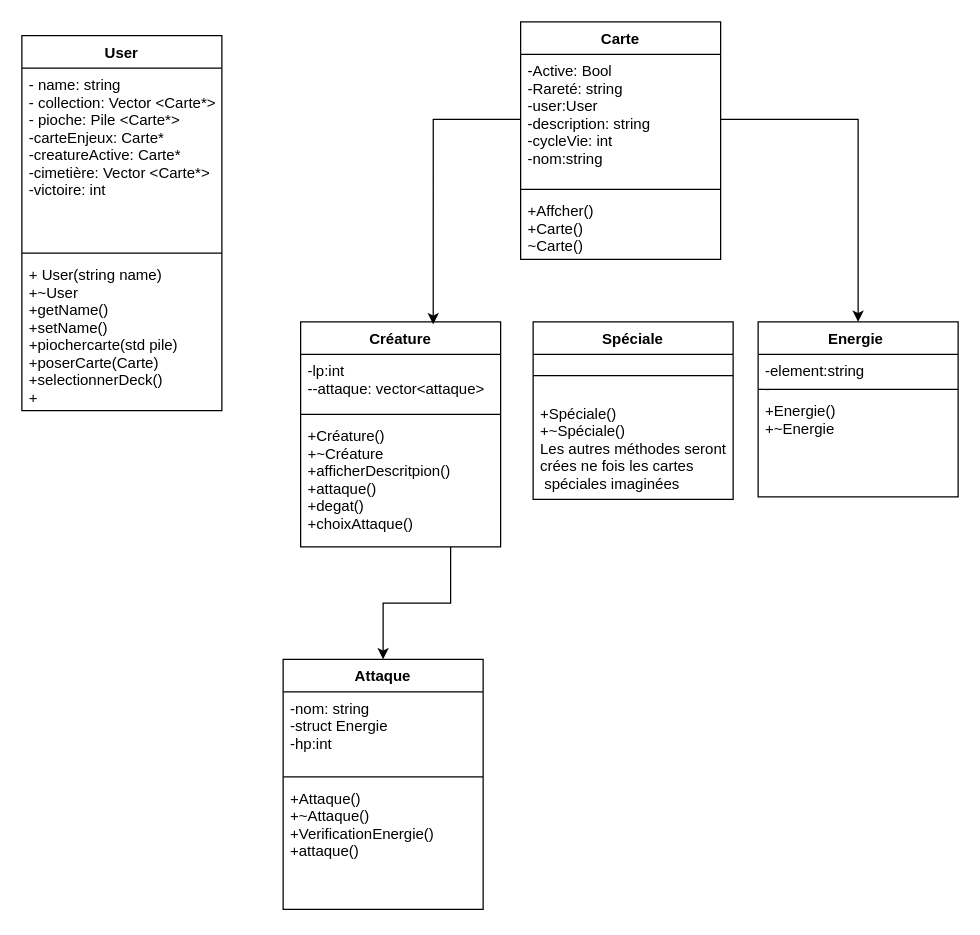
Before: Diagram.drawio in benjaminbaret/Ecemon, a draw.io diagram. Source tidied: cells renumbered, new cells numbered last; positions are measured from the earlier drawing's top-left corner, leaving out a move shared by most shapes. Both pictures are drawn from the tidied source at 125%, with x=0, y=0 at pixel (21, 21).
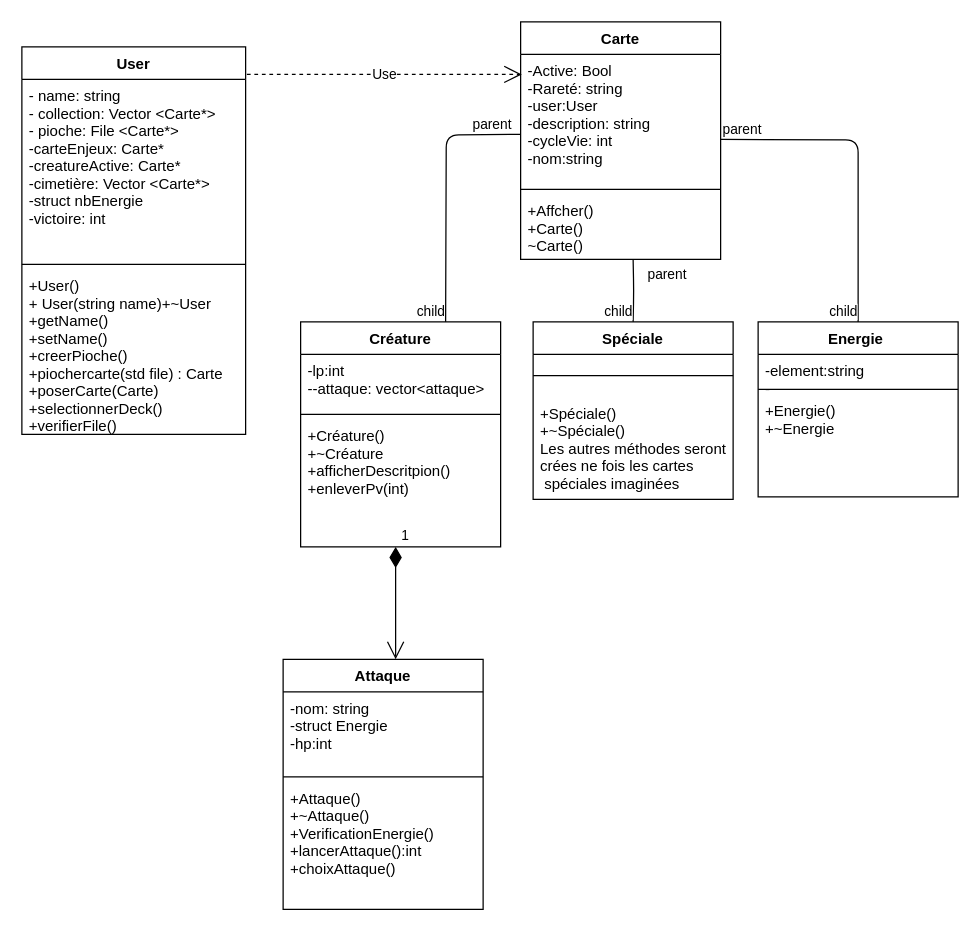
Above is the later version.

Unchanged cells that the change refers to:
```xml
<mxCell id="6" value="Carte" style="swimlane;fontStyle=1;align=center;verticalAlign=top;horizontal=1;startSize=26;" parent="1" vertex="1">
  <mxGeometry x="399" width="160" height="190" as="geometry" />
</mxCell>
<mxCell id="7" value="-Active: Bool&#10;-Rareté: string&#10;-user:User&#10;-description: string&#10;-cycleVie: int&#10;-nom:string" style="text;strokeColor=none;fillColor=none;align=left;verticalAlign=top;spacingLeft=4;spacingRight=4;overflow=hidden;points=[[0,0.5],[1,0.5]];portConstraint=eastwest;" parent="6" vertex="1">
  <mxGeometry y="26" width="160" height="104" as="geometry" />
</mxCell>
<mxCell id="10" value="Créature&#10;" style="swimlane;fontStyle=1;align=center;verticalAlign=top;horizontal=1;startSize=26;" parent="1" vertex="1">
  <mxGeometry x="223" y="240" width="160" height="180" as="geometry" />
</mxCell>
<mxCell id="14" value="Spéciale" style="swimlane;fontStyle=1;align=center;verticalAlign=top;horizontal=1;startSize=26;" parent="1" vertex="1">
  <mxGeometry x="409" y="240" width="160" height="142" as="geometry" />
</mxCell>
<mxCell id="17" value="Energie " style="swimlane;fontStyle=1;align=center;verticalAlign=top;horizontal=1;startSize=26;" parent="1" vertex="1">
  <mxGeometry x="589" y="240" width="160" height="140" as="geometry" />
</mxCell>
<mxCell id="21" value="Attaque" style="swimlane;fontStyle=1;align=center;verticalAlign=top;horizontal=1;startSize=26;" parent="1" vertex="1">
  <mxGeometry x="209" y="510" width="160" height="200" as="geometry" />
</mxCell>
```

Change to the diagram source:
```diff
@@
     <mxCell id="2" value="User" style="swimlane;fontStyle=1;align=center;verticalAlign=top;horizontal=1;startSize=26;" parent="1" vertex="1">
-      <mxGeometry y="11" width="160" height="300" as="geometry" />
+      <mxGeometry y="20" width="179" height="310" as="geometry" />
     </mxCell>
-    <mxCell id="3" value="- name: string &#10;- collection: Vector &lt;Carte*&gt;&#10;- pioche: Pile &lt;Carte*&gt;&#10;-carteEnjeux: Carte*&#10;-creatureActive: Carte*&#10;-cimetière: Vector &lt;Carte*&gt;&#10;-victoire: int" style="text;strokeColor=none;fillColor=none;align=left;verticalAlign=top;spacingLeft=4;spacingRight=4;overflow=hidden;" parent="2" vertex="1">
-      <mxGeometry y="26" width="160" height="144" as="geometry" />
+    <mxCell id="3" value="- name: string &#10;- collection: Vector &lt;Carte*&gt;&#10;- pioche: File &lt;Carte*&gt;&#10;-carteEnjeux: Carte*&#10;-creatureActive: Carte*&#10;-cimetière: Vector &lt;Carte*&gt;&#10;-struct nbEnergie&#10;-victoire: int" style="text;strokeColor=none;fillColor=none;align=left;verticalAlign=top;spacingLeft=4;spacingRight=4;overflow=hidden;" parent="2" vertex="1">
+      <mxGeometry y="26" width="179" height="144" as="geometry" />
     </mxCell>
     <mxCell id="4" style="line;strokeWidth=1;fillColor=none;align=left;verticalAlign=middle;spacingTop=-1;spacingLeft=3;spacingRight=3;labelPosition=right;" parent="2" vertex="1">
-      <mxGeometry y="170" width="160" height="8" as="geometry" />
+      <mxGeometry y="170" width="179" height="8" as="geometry" />
     </mxCell>
-    <mxCell id="5" value="+ User(string name)&#10;+~User&#10;+getName()&#10;+setName()&#10;+piochercarte(std pile)&#10;+poserCarte(Carte)&#10;+selectionnerDeck()&#10;+" style="text;strokeColor=none;fillColor=none;align=left;verticalAlign=top;spacingLeft=4;spacingRight=4;overflow=hidden;" parent="2" vertex="1">
-      <mxGeometry y="178" width="160" height="122" as="geometry" />
+    <mxCell id="5" value="+User()&#10;+ User(string name)+~User&#10;+getName()&#10;+setName()&#10;+creerPioche()&#10;+piochercarte(std file) : Carte&#10;+poserCarte(Carte)&#10;+selectionnerDeck()&#10;+verifierFile()&#10;&#10;&#10;" style="text;strokeColor=none;fillColor=none;align=left;verticalAlign=top;spacingLeft=4;spacingRight=4;overflow=hidden;" parent="2" vertex="1">
+      <mxGeometry y="178" width="179" height="132" as="geometry" />
     </mxCell>
@@
+    <mxCell id="28" style="endArrow=none;html=1;edgeStyle=orthogonalEdgeStyle;" parent="6" edge="1">
+      <mxGeometry relative="1" as="geometry">
+        <mxPoint y="90" as="sourcePoint" />
+        <mxPoint x="-60" y="240" as="targetPoint" />
+      </mxGeometry>
+    </mxCell>
+    <mxCell id="29" value="parent" style="edgeLabel;html=1;align=left;verticalAlign=bottom;" parent="28" vertex="1">
+      <mxGeometry x="-1" relative="1" as="geometry">
+        <mxPoint x="-40" as="offset" />
+      </mxGeometry>
+    </mxCell>
+    <mxCell id="30" value="child" style="edgeLabel;html=1;align=right;verticalAlign=bottom;" parent="28" vertex="1">
+      <mxGeometry x="1" relative="1" as="geometry" />
+    </mxCell>
@@
-    <mxCell id="13" value="+Créature()&#10;+~Créature&#10;+afficherDescritpion()&#10;+attaque()&#10;+degat()&#10;+choixAttaque()&#10;" style="text;strokeColor=none;fillColor=none;align=left;verticalAlign=top;spacingLeft=4;spacingRight=4;overflow=hidden;points=[[0,0.5],[1,0.5]];portConstraint=eastwest;" parent="10" vertex="1">
+    <mxCell id="13" value="+Créature()&#10;+~Créature&#10;+afficherDescritpion()&#10;+enleverPv(int)&#10;&#10;" style="text;strokeColor=none;fillColor=none;align=left;verticalAlign=top;spacingLeft=4;spacingRight=4;overflow=hidden;points=[[0,0.5],[1,0.5]];portConstraint=eastwest;" parent="10" vertex="1">
       <mxGeometry y="78" width="160" height="102" as="geometry" />
     </mxCell>
@@
-    <mxCell id="24" value="+Attaque()&#10;+~Attaque()&#10;+VerificationEnergie()&#10;+attaque()&#10;&#10;" style="text;strokeColor=none;fillColor=none;align=left;verticalAlign=top;spacingLeft=4;spacingRight=4;overflow=hidden;" parent="21" vertex="1">
+    <mxCell id="24" value="+Attaque()&#10;+~Attaque()&#10;+VerificationEnergie()&#10;+lancerAttaque():int&#10;+choixAttaque()&#10;&#10;" style="text;strokeColor=none;fillColor=none;align=left;verticalAlign=top;spacingLeft=4;spacingRight=4;overflow=hidden;" parent="21" vertex="1">
       <mxGeometry y="98" width="160" height="102" as="geometry" />
     </mxCell>
-    <mxCell id="25" style="edgeStyle=orthogonalEdgeStyle;rounded=0;jettySize=auto;html=1;exitX=0.75;exitY=1;exitDx=0;exitDy=0;" parent="1" edge="1" source="10" target="21">
-      <mxGeometry relative="1" as="geometry" />
-    </mxCell>
-    <mxCell id="26" style="edgeStyle=orthogonalEdgeStyle;rounded=0;jettySize=auto;html=1;exitX=1;exitY=0.5;exitDx=0;exitDy=0;" parent="1" edge="1" source="7" target="17">
-      <mxGeometry relative="1" as="geometry" />
-    </mxCell>
-    <mxCell id="27" style="edgeStyle=orthogonalEdgeStyle;rounded=0;jettySize=auto;html=1;exitX=0;exitY=0.5;exitDx=0;exitDy=0;entryX=0.663;entryY=0.011;entryDx=0;entryDy=0;entryPerimeter=0;" parent="1" edge="1" source="7" target="10">
-      <mxGeometry relative="1" as="geometry" />
-    </mxCell>
+    <mxCell id="31" style="endArrow=none;html=1;edgeStyle=orthogonalEdgeStyle;entryX=0.5;entryY=0;entryDx=0;entryDy=0;" parent="1" edge="1" target="17">
+      <mxGeometry relative="1" as="geometry">
+        <mxPoint x="559" y="94" as="sourcePoint" />
+      </mxGeometry>
+    </mxCell>
+    <mxCell id="32" value="parent" style="edgeLabel;html=1;align=left;verticalAlign=bottom;" parent="31" vertex="1">
+      <mxGeometry x="-1" relative="1" as="geometry" />
+    </mxCell>
+    <mxCell id="33" value="child" style="edgeLabel;html=1;align=right;verticalAlign=bottom;" parent="31" vertex="1">
+      <mxGeometry x="1" relative="1" as="geometry" />
+    </mxCell>
+    <mxCell id="34" style="endArrow=none;html=1;edgeStyle=orthogonalEdgeStyle;entryX=0.5;entryY=0;entryDx=0;entryDy=0;" parent="1" edge="1" target="14">
+      <mxGeometry relative="1" as="geometry">
+        <mxPoint x="489" y="190" as="sourcePoint" />
+      </mxGeometry>
+    </mxCell>
+    <mxCell id="35" value="parent" style="edgeLabel;html=1;align=left;verticalAlign=bottom;" parent="34" vertex="1">
+      <mxGeometry x="-1" relative="1" as="geometry">
+        <mxPoint x="10" y="20" as="offset" />
+      </mxGeometry>
+    </mxCell>
+    <mxCell id="36" value="child" style="edgeLabel;html=1;align=right;verticalAlign=bottom;" parent="34" vertex="1">
+      <mxGeometry x="1" relative="1" as="geometry" />
+    </mxCell>
+    <mxCell id="37" value="1" style="endArrow=open;html=1;endSize=12;startArrow=diamondThin;startSize=14;startFill=1;edgeStyle=orthogonalEdgeStyle;align=left;verticalAlign=bottom;" parent="1" edge="1" source="13">
+      <mxGeometry x="-1" y="3" relative="1" as="geometry">
+        <mxPoint x="299" y="510" as="targetPoint" />
+        <Array as="points">
+          <mxPoint x="299" y="440" />
+          <mxPoint x="299" y="440" />
+        </Array>
+      </mxGeometry>
+    </mxCell>
+    <mxCell id="38" value="Use" style="endArrow=open;endSize=12;dashed=1;html=1;entryX=0.006;entryY=0.154;entryDx=0;entryDy=0;entryPerimeter=0;" parent="1" edge="1" target="7">
+      <mxGeometry relative="1" as="geometry">
+        <mxPoint x="180" y="42" as="sourcePoint" />
+      </mxGeometry>
+    </mxCell>
```
